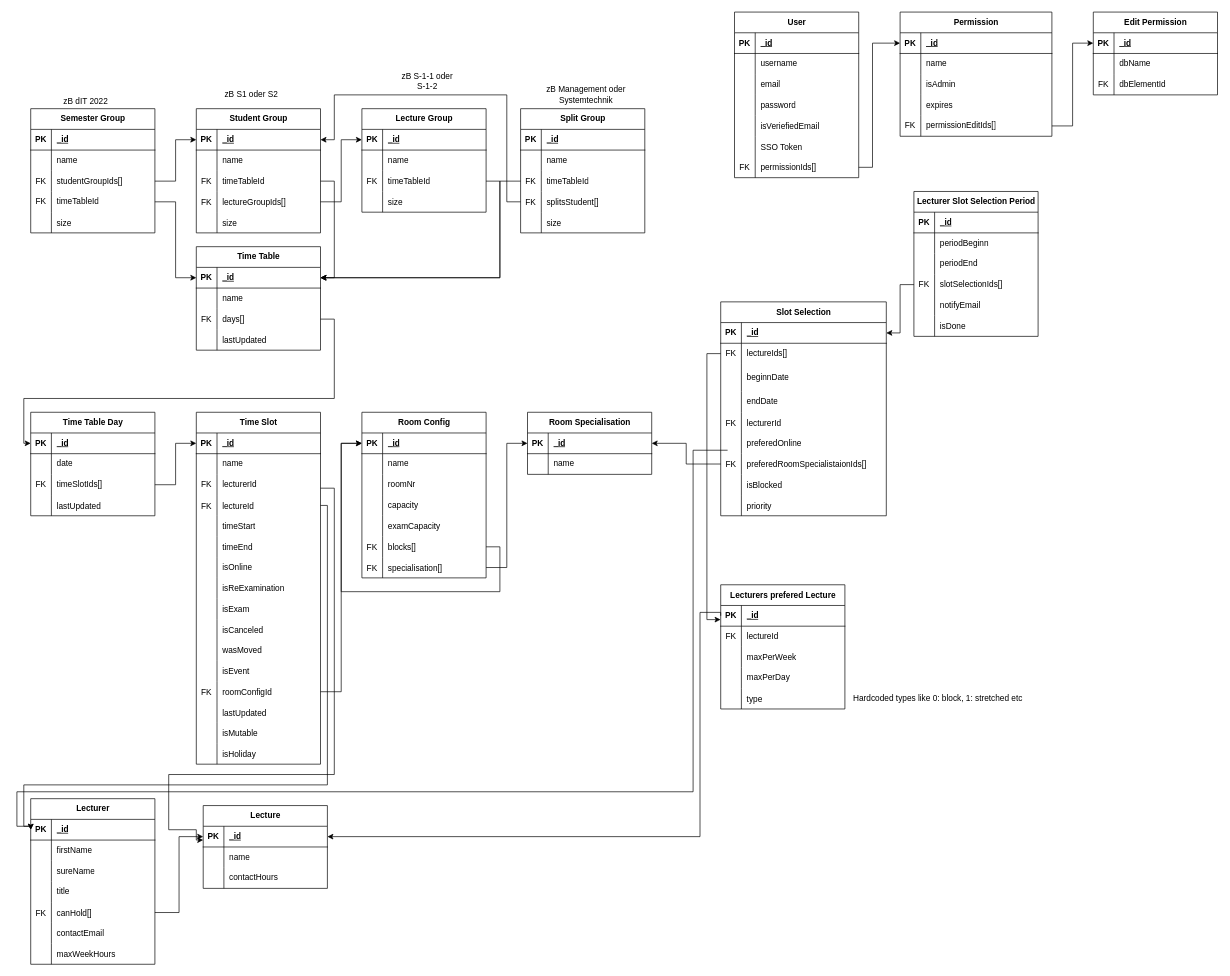
Earlier version of the draw.io diagram documentation/Database_ER.drawio (MindCollaps/TimeCraft). Source tidied: cells renumbered, new cells numbered last; positions are measured from the earlier drawing's top-left corner, leaving out a move shared by most shapes. Both pictures are drawn from the tidied source at 69%, with x=0, y=0 at pixel (17, 12).
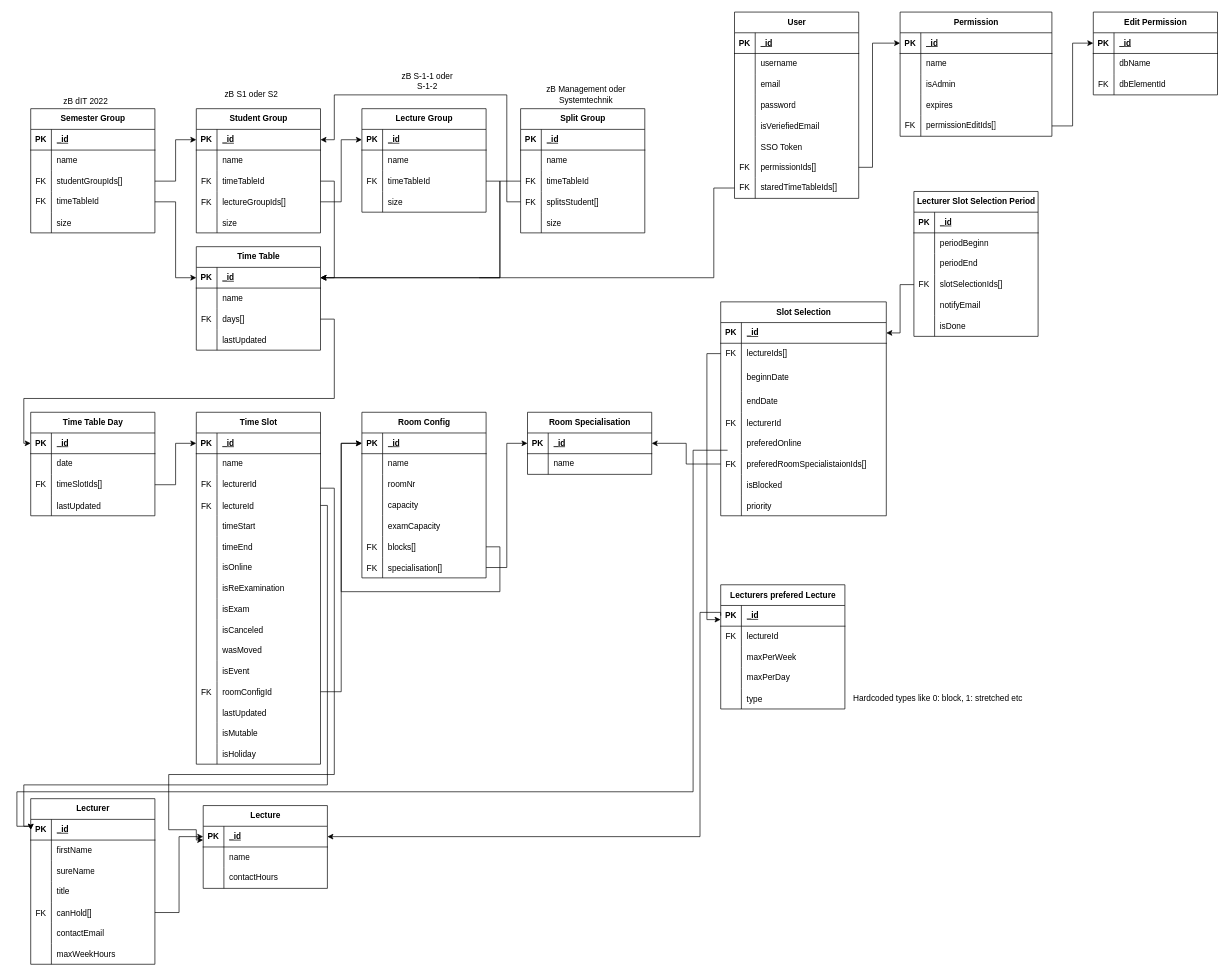
Above is the later version.

Commit message:
add missing foreign key attribute in ER model

The edit, as a diff of the source:
```diff
@@
     <mxCell id="195" value="User" style="shape=table;startSize=30;childLayout=tableLayout;rowLines=0;fontStyle=1;align=center;html=1;" parent="1" vertex="1">
-      <mxGeometry x="1040" width="180" height="240" as="geometry" />
+      <mxGeometry x="1040" width="180" height="270" as="geometry" />
     </mxCell>
@@
+    <mxCell id="337" style="shape=tableRow;horizontal=0;startSize=0;swimlaneHead=0;swimlaneBody=0;fillColor=none;top=0;left=0;right=0;bottom=0;" parent="1" vertex="1">
+      <mxGeometry x="1030" y="280" width="180" height="30" as="geometry" />
+    </mxCell>
+    <mxCell id="338" style="shape=tableRow;horizontal=0;startSize=0;swimlaneHead=0;swimlaneBody=0;fillColor=none;points=[[0,0.5],[1,0.5]];portConstraint=eastwest;top=0;left=0;right=0;bottom=0;" parent="1" vertex="1">
+      <mxGeometry x="1040" y="240" width="180" height="30" as="geometry" />
+    </mxCell>
+    <mxCell id="339" value="FK" style="shape=partialRectangle;fillColor=none;top=0;left=0;bottom=0;right=0;fontStyle=0;overflow=hidden;whiteSpace=wrap;html=1;" parent="338" vertex="1">
+      <mxGeometry width="30" height="30" as="geometry" />
+    </mxCell>
+    <mxCell id="340" value="staredTimeTableIds[]" style="shape=partialRectangle;fillColor=none;top=0;left=0;bottom=0;right=0;align=left;spacingLeft=6;fontStyle=0;overflow=hidden;whiteSpace=wrap;html=1;" parent="338" vertex="1">
+      <mxGeometry x="30" width="150" height="30" as="geometry" />
+    </mxCell>
+    <mxCell id="341" style="endArrow=none;html=1;rounded=0;" parent="1" edge="1">
+      <mxGeometry relative="1" as="geometry">
+        <mxPoint x="1070" y="240" as="sourcePoint" />
+        <mxPoint x="1070" y="270" as="targetPoint" />
+      </mxGeometry>
+    </mxCell>
+    <mxCell id="342" style="endArrow=none;html=1;rounded=0;entryX=0;entryY=0.5;entryDx=0;entryDy=0;" parent="1" edge="1" target="338">
+      <mxGeometry relative="1" as="geometry">
+        <mxPoint x="670" y="385" as="sourcePoint" />
+        <Array as="points">
+          <mxPoint x="1010" y="385" />
+          <mxPoint x="1010" y="255" />
+        </Array>
+      </mxGeometry>
+    </mxCell>
```
